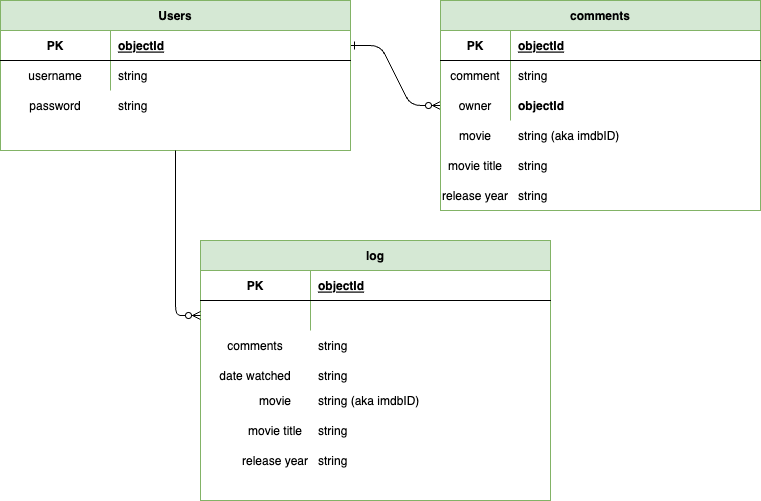
This is Movie logger ERD.drawio.png from harrisimon/Project-2-planning, a draw.io export, as it was before one commit. Source tidied: cells renumbered, new cells last; positions are measured from the earlier drawing's top-left corner, leaving out a move shared by most shapes.
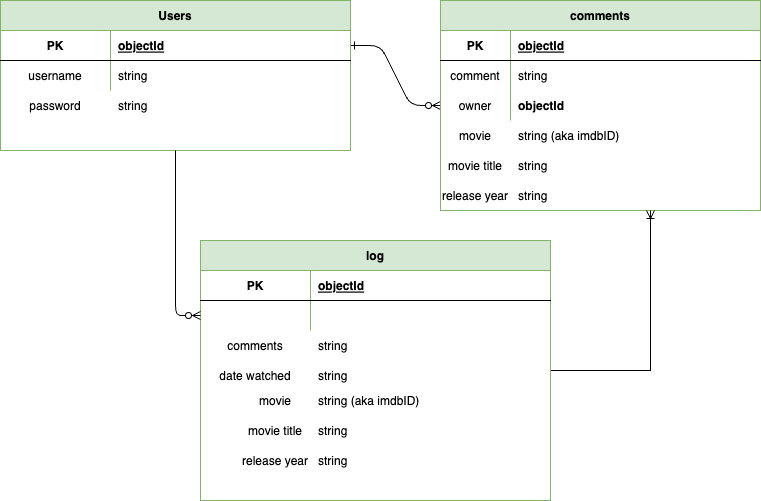
After the change.

Diff of the diagram source:
```diff
@@ -62,6 +62,11 @@
     <mxCell id="21" value="string" style="shape=partialRectangle;overflow=hidden;fillColor=none;top=0;left=0;bottom=0;right=0;align=left;spacingLeft=6;" parent="1" vertex="1">
       <mxGeometry x="110" y="90" width="240" height="30" as="geometry" />
     </mxCell>
+    <mxCell id="48" style="edgeStyle=orthogonalEdgeStyle;rounded=0;jettySize=auto;html=1;endArrow=ERoneToMany;endFill=0;" parent="1" edge="1" source="22">
+      <mxGeometry relative="1" as="geometry">
+        <mxPoint x="650" y="210" as="targetPoint" />
+      </mxGeometry>
+    </mxCell>
     <mxCell id="22" value="log" style="shape=table;startSize=30;rowLines=0;fontStyle=1;align=center;fillColor=#d5e8d4;strokeColor=#82b366;" parent="1" vertex="1">
       <mxGeometry x="200" y="240" width="350" height="260" as="geometry" />
     </mxCell>
```
